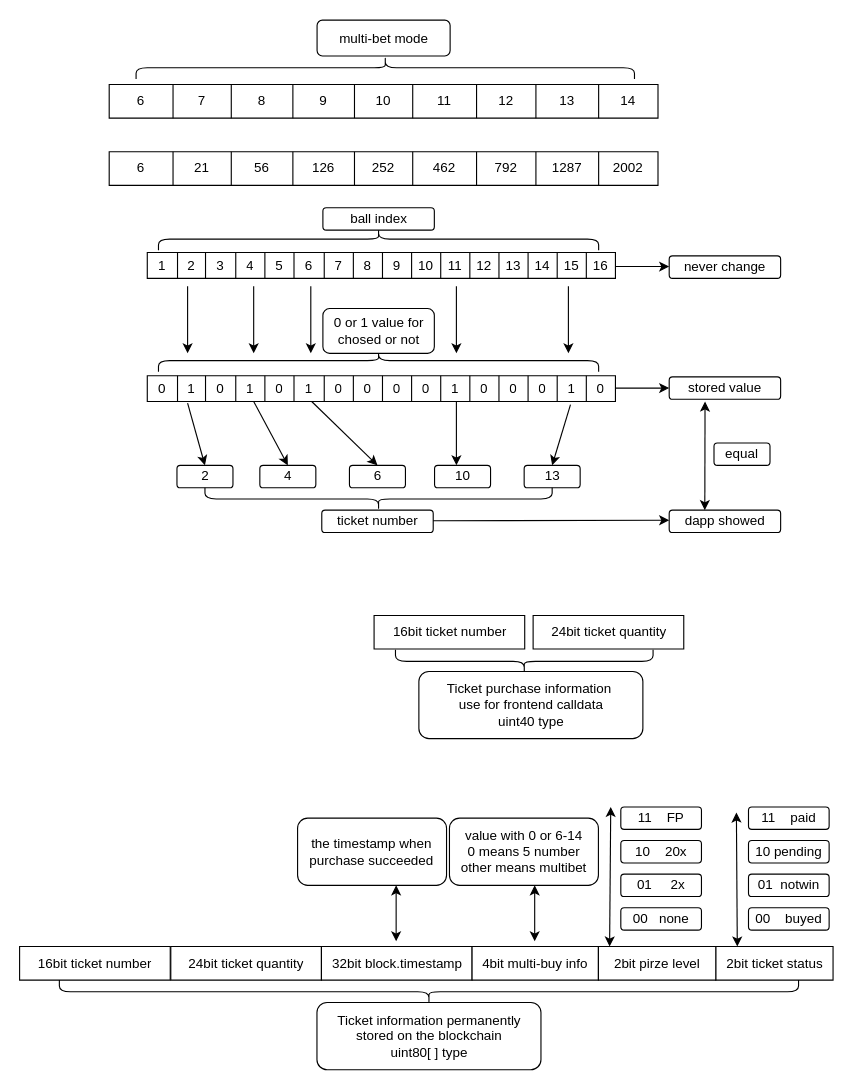
boboskii/backend keeps this draw.io diagram as src/doc/ticket.drawio. Above is the earlier version. Source tidied: cells renumbered, new cells numbered last; positions are measured from the earlier drawing's top-left corner, leaving out a move shared by most shapes. Both pictures are drawn from the tidied source at 112%, with x=0, y=0 at pixel (19, -183).
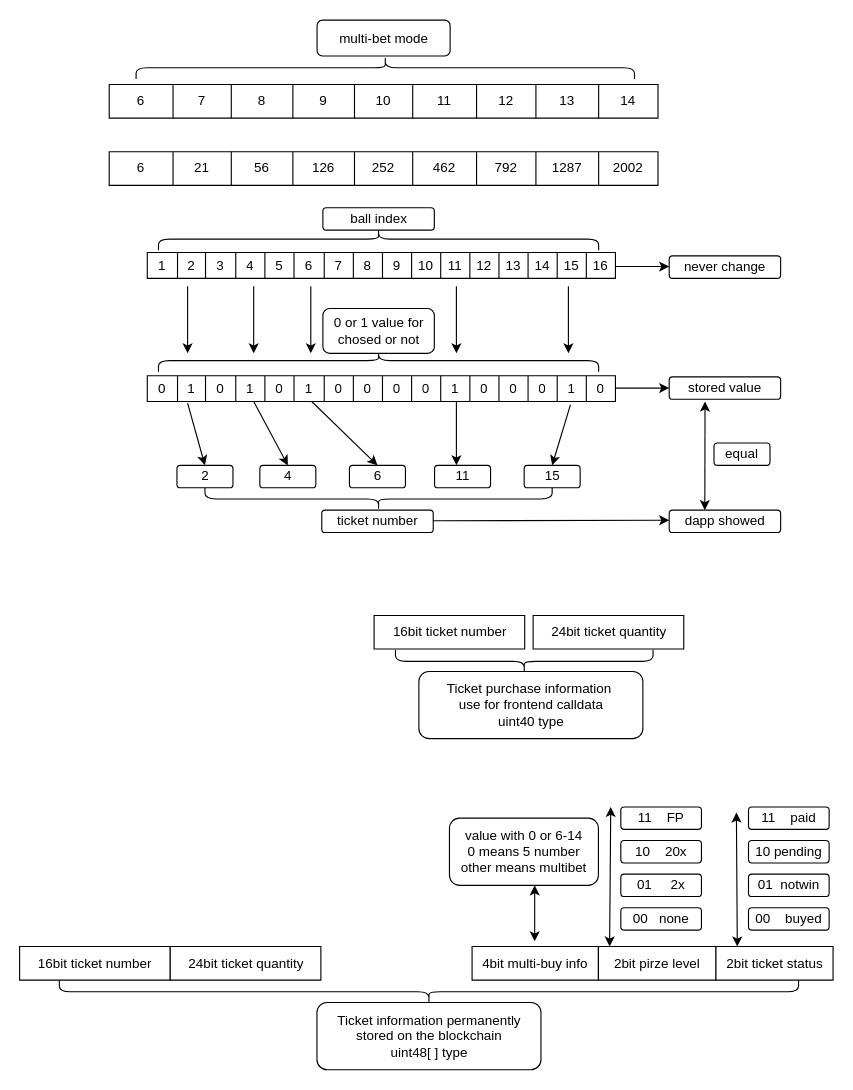
The same page after the edit.

Diff of the diagram source:
```diff
@@
-    <mxCell id="57" value="10" style="rounded=1;whiteSpace=wrap;html=1;" parent="1" vertex="1">
+    <mxCell id="57" value="11" style="rounded=1;whiteSpace=wrap;html=1;" parent="1" vertex="1">
       <mxGeometry x="370.5" y="578" width="50" height="20" as="geometry" />
     </mxCell>
-    <mxCell id="58" value="13" style="rounded=1;whiteSpace=wrap;html=1;" parent="1" vertex="1">
+    <mxCell id="58" value="15" style="rounded=1;whiteSpace=wrap;html=1;" parent="1" vertex="1">
       <mxGeometry x="450.5" y="578" width="50" height="20" as="geometry" />
     </mxCell>
@@
     <mxCell id="86" style="shape=table;startSize=0;childLayout=tableLayout;" parent="1" vertex="1">
-      <mxGeometry x="135" y="1007.6" width="134.5" height="30" as="geometry" />
+      <mxGeometry x="134.5" y="1007.6" width="134.5" height="30" as="geometry" />
     </mxCell>
@@
-    <mxCell id="89" style="shape=table;startSize=0;childLayout=tableLayout;" parent="1" vertex="1">
-      <mxGeometry x="269.5" y="1007.6" width="134.5" height="30" as="geometry" />
-    </mxCell>
-    <mxCell id="90" style="shape=tableRow;horizontal=0;startSize=0;swimlaneHead=0;swimlaneBody=0;top=0;left=0;bottom=0;right=0;fillColor=none;" parent="89" vertex="1">
-      <mxGeometry width="134.5" height="30" as="geometry" />
-    </mxCell>
-    <mxCell id="91" value="32bit block.timestamp" style="shape=partialRectangle;html=1;whiteSpace=wrap;overflow=hidden;fillColor=none;top=0;left=0;bottom=0;right=0;" parent="90" vertex="1">
-      <mxGeometry width="135" height="30" as="geometry" />
-    </mxCell>
@@
-    <mxCell id="99" value="Ticket information permanently stored on the blockchain&lt;br&gt;uint80[ ] type" style="rounded=1;whiteSpace=wrap;html=1;" parent="1" vertex="1">
+    <mxCell id="99" value="Ticket information permanently stored on the blockchain&lt;br&gt;uint48[ ] type" style="rounded=1;whiteSpace=wrap;html=1;" parent="1" vertex="1">
       <mxGeometry x="265.5" y="1057.6" width="200" height="60" as="geometry" />
     </mxCell>
@@
-    <mxCell id="110" value="the timestamp when purchase succeeded" style="rounded=1;whiteSpace=wrap;html=1;" parent="1" vertex="1">
-      <mxGeometry x="248.2" y="893" width="133" height="60" as="geometry" />
-    </mxCell>
-    <mxCell id="111" style="endArrow=classic;startArrow=classic;html=1;" parent="1" edge="1">
-      <mxGeometry relative="1" as="geometry">
-        <mxPoint x="336.2" y="1003" as="sourcePoint" />
-        <mxPoint x="336.2" y="953" as="targetPoint" />
-      </mxGeometry>
-    </mxCell>
```
